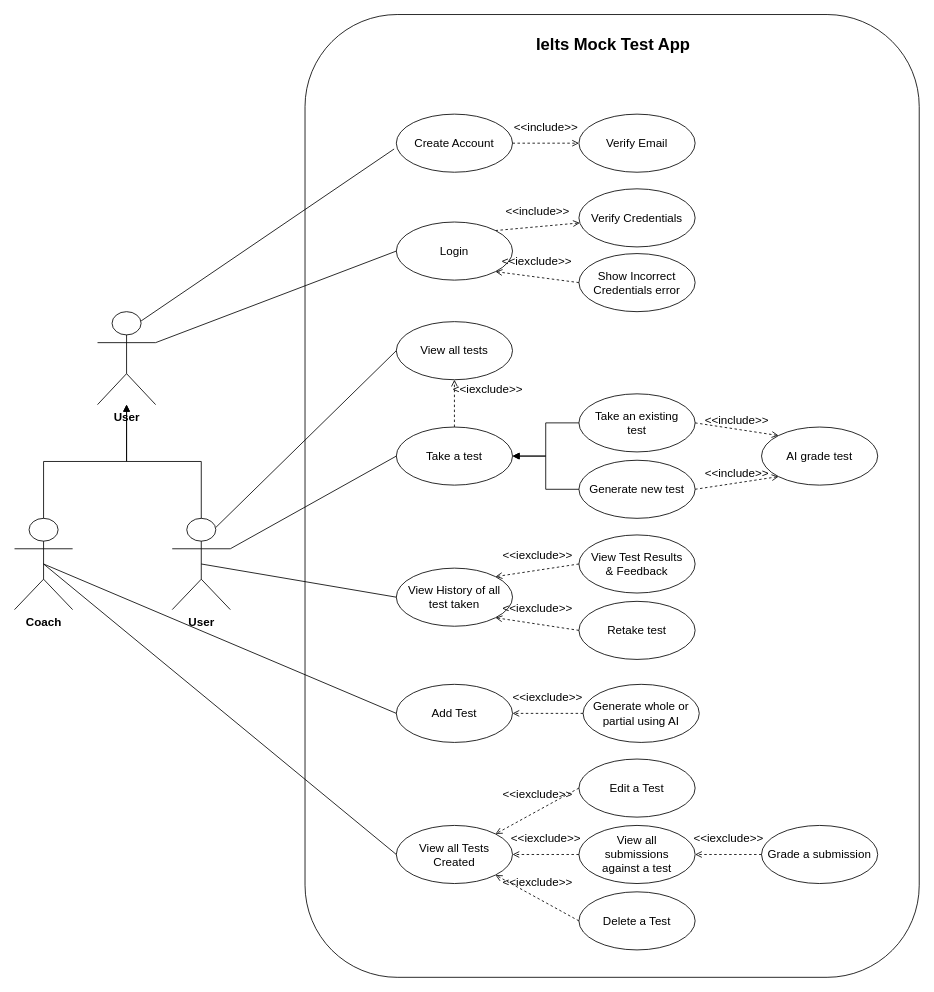
Above: FYP-USE_CASE.drawio in MS1034/fyp-digrams-reports (draw.io), before the change. Source tidied: cells renumbered, new cells numbered last; positions are measured from the earlier drawing's top-left corner, leaving out a move shared by most shapes. Both pictures are drawn from the tidied source at 83%, with x=0, y=0 at pixel (14, 14).
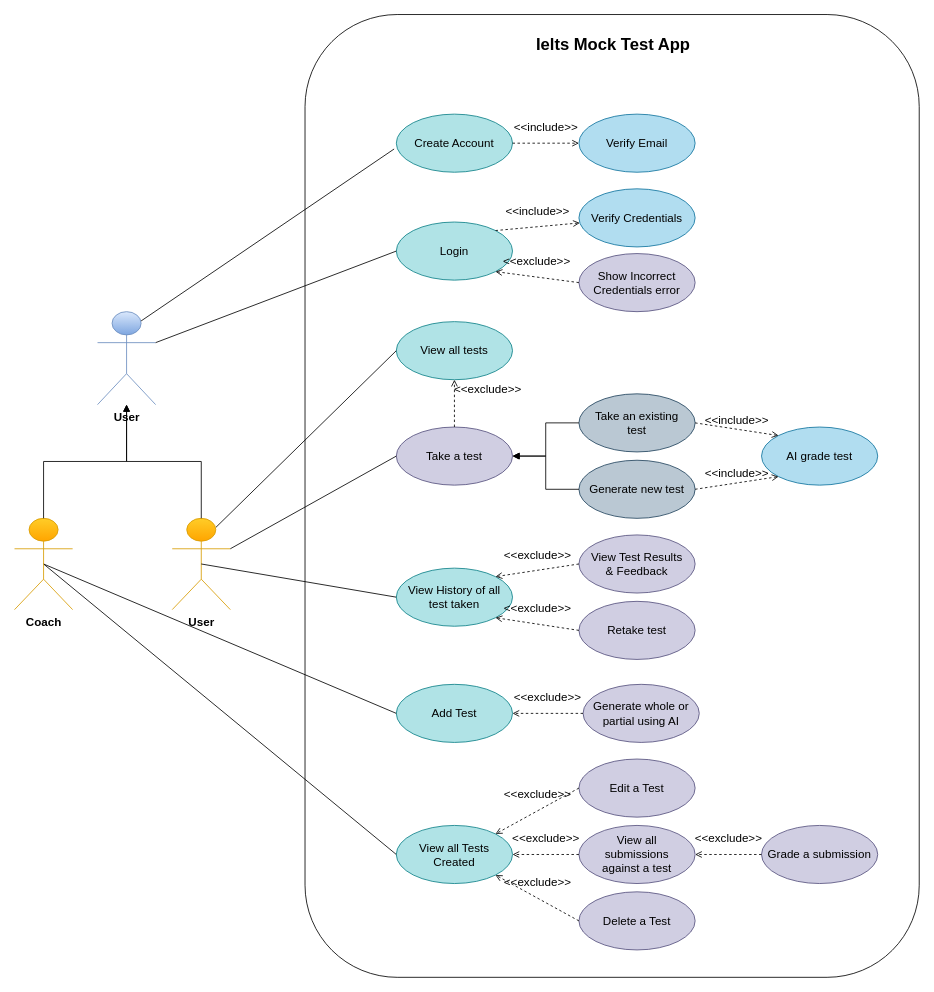
After the change.

What changed in the source:
```diff
@@
-    <mxCell id="2" style="rounded=1;whiteSpace=wrap;html=1;fontSize=14;" parent="1" vertex="1">
+    <mxCell id="2" style="rounded=1;whiteSpace=wrap;html=1;fontSize=14;fillColor=none;perimeterSpacing=10;" parent="1" vertex="1">
       <mxGeometry x="350" width="740" height="1160" as="geometry" />
     </mxCell>
-    <mxCell id="3" value="Create Account" style="ellipse;whiteSpace=wrap;html=1;spacing=10;fontSize=14;" parent="1" vertex="1">
+    <mxCell id="3" value="Create Account" style="ellipse;whiteSpace=wrap;html=1;spacing=10;fontSize=14;fillColor=#b0e3e6;strokeColor=#0e8088;" parent="1" vertex="1">
       <mxGeometry x="460" y="120" width="140" height="70" as="geometry" />
     </mxCell>
@@
-    <mxCell id="5" value="Verify Email" style="ellipse;whiteSpace=wrap;html=1;spacing=10;fontSize=14;" parent="1" vertex="1">
+    <mxCell id="5" value="Verify Email" style="ellipse;whiteSpace=wrap;html=1;spacing=10;fontSize=14;fillColor=#b1ddf0;strokeColor=#10739e;" parent="1" vertex="1">
       <mxGeometry x="680" y="120" width="140" height="70" as="geometry" />
     </mxCell>
-    <mxCell id="6" value="Login" style="ellipse;whiteSpace=wrap;html=1;spacing=10;fontSize=14;" parent="1" vertex="1">
+    <mxCell id="6" value="Login" style="ellipse;whiteSpace=wrap;html=1;spacing=10;fontSize=14;fillColor=#b0e3e6;strokeColor=#0e8088;" parent="1" vertex="1">
       <mxGeometry x="460" y="250" width="140" height="70" as="geometry" />
     </mxCell>
-    <mxCell id="7" value="Verify Credentials" style="ellipse;whiteSpace=wrap;html=1;spacing=10;fontSize=14;" parent="1" vertex="1">
+    <mxCell id="7" value="Verify Credentials" style="ellipse;whiteSpace=wrap;html=1;spacing=10;fontSize=14;fillColor=#b1ddf0;strokeColor=#10739e;" parent="1" vertex="1">
       <mxGeometry x="680" y="210" width="140" height="70" as="geometry" />
     </mxCell>
-    <mxCell id="8" value="Show Incorrect Credentials error" style="ellipse;whiteSpace=wrap;html=1;spacing=10;fontSize=14;" parent="1" vertex="1">
+    <mxCell id="8" value="Show Incorrect Credentials error" style="ellipse;whiteSpace=wrap;html=1;spacing=10;fontSize=14;fillColor=#d0cee2;strokeColor=#56517e;" parent="1" vertex="1">
       <mxGeometry x="680" y="288" width="140" height="70" as="geometry" />
     </mxCell>
@@
-    <mxCell id="10" value="&amp;lt;&amp;lt;iexclude&amp;gt;&amp;gt;" style="html=1;verticalAlign=bottom;labelBackgroundColor=none;endArrow=open;endFill=0;dashed=1;rounded=0;exitX=0;exitY=0.5;exitDx=0;exitDy=0;entryX=1;entryY=1;entryDx=0;entryDy=0;spacing=10;fontSize=14;" parent="1" edge="1" source="8" target="6">
+    <mxCell id="10" value="&amp;lt;&amp;lt;exclude&amp;gt;&amp;gt;" style="html=1;verticalAlign=bottom;labelBackgroundColor=none;endArrow=open;endFill=0;dashed=1;rounded=0;exitX=0;exitY=0.5;exitDx=0;exitDy=0;entryX=1;entryY=1;entryDx=0;entryDy=0;spacing=10;fontSize=14;" parent="1" edge="1" source="8" target="6">
       <mxGeometry relative="1" as="geometry" />
     </mxCell>
-    <mxCell id="11" value="Take a test" style="ellipse;whiteSpace=wrap;html=1;spacing=10;fontSize=14;" parent="1" vertex="1">
+    <mxCell id="11" value="Take a test" style="ellipse;whiteSpace=wrap;html=1;spacing=10;fontSize=14;fillColor=#d0cee2;strokeColor=#56517e;" parent="1" vertex="1">
       <mxGeometry x="460" y="497" width="140" height="70" as="geometry" />
     </mxCell>
-    <mxCell id="12" value="Take an existing test" style="ellipse;whiteSpace=wrap;html=1;spacing=10;fontSize=14;" parent="1" vertex="1">
+    <mxCell id="12" value="Take an existing test" style="ellipse;whiteSpace=wrap;html=1;spacing=10;fontSize=14;fillColor=#bac8d3;strokeColor=#23445d;" parent="1" vertex="1">
       <mxGeometry x="680" y="457" width="140" height="70" as="geometry" />
     </mxCell>
-    <mxCell id="13" value="Generate new test" style="ellipse;whiteSpace=wrap;html=1;spacing=10;fontSize=14;" parent="1" vertex="1">
+    <mxCell id="13" value="Generate new test" style="ellipse;whiteSpace=wrap;html=1;spacing=10;fontSize=14;fillColor=#bac8d3;strokeColor=#23445d;" parent="1" vertex="1">
       <mxGeometry x="680" y="537" width="140" height="70" as="geometry" />
     </mxCell>
@@
-    <mxCell id="16" value="AI grade test" style="ellipse;whiteSpace=wrap;html=1;spacing=10;fontSize=14;" parent="1" vertex="1">
+    <mxCell id="16" value="AI grade test" style="ellipse;whiteSpace=wrap;html=1;spacing=10;fontSize=14;fillColor=#b1ddf0;strokeColor=#10739e;" parent="1" vertex="1">
       <mxGeometry x="900" y="497" width="140" height="70" as="geometry" />
     </mxCell>
-    <mxCell id="17" value="View History of all test taken" style="ellipse;whiteSpace=wrap;html=1;spacing=10;fontSize=14;" parent="1" vertex="1">
+    <mxCell id="17" value="View History of all test taken" style="ellipse;whiteSpace=wrap;html=1;spacing=10;fontSize=14;fillColor=#b0e3e6;strokeColor=#0e8088;" parent="1" vertex="1">
       <mxGeometry x="460" y="667" width="140" height="70" as="geometry" />
     </mxCell>
-    <mxCell id="18" value="View Test Results &amp;amp; Feedback" style="ellipse;whiteSpace=wrap;html=1;spacing=10;fontSize=14;" parent="1" vertex="1">
+    <mxCell id="18" value="View Test Results &amp;amp; Feedback" style="ellipse;whiteSpace=wrap;html=1;spacing=10;fontSize=14;fillColor=#d0cee2;strokeColor=#56517e;" parent="1" vertex="1">
       <mxGeometry x="680" y="627" width="140" height="70" as="geometry" />
     </mxCell>
-    <mxCell id="19" value="Retake test" style="ellipse;whiteSpace=wrap;html=1;fontSize=14;" parent="1" vertex="1">
+    <mxCell id="19" value="Retake test" style="ellipse;whiteSpace=wrap;html=1;fontSize=14;fillColor=#d0cee2;strokeColor=#56517e;" parent="1" vertex="1">
       <mxGeometry x="680" y="707" width="140" height="70" as="geometry" />
     </mxCell>
@@
-    <mxCell id="22" value="&amp;lt;&amp;lt;iexclude&amp;gt;&amp;gt;" style="html=1;verticalAlign=bottom;labelBackgroundColor=none;endArrow=open;endFill=0;dashed=1;rounded=0;exitX=0;exitY=0.5;exitDx=0;exitDy=0;entryX=1;entryY=0;entryDx=0;entryDy=0;spacing=10;fontSize=14;" parent="1" edge="1" source="18" target="17">
+    <mxCell id="22" value="&amp;lt;&amp;lt;exclude&amp;gt;&amp;gt;" style="html=1;verticalAlign=bottom;labelBackgroundColor=none;endArrow=open;endFill=0;dashed=1;rounded=0;exitX=0;exitY=0.5;exitDx=0;exitDy=0;entryX=1;entryY=0;entryDx=0;entryDy=0;spacing=10;fontSize=14;" parent="1" edge="1" source="18" target="17">
       <mxGeometry relative="1" as="geometry" />
     </mxCell>
-    <mxCell id="23" value="&amp;lt;&amp;lt;iexclude&amp;gt;&amp;gt;" style="html=1;verticalAlign=bottom;labelBackgroundColor=none;endArrow=open;endFill=0;dashed=1;rounded=0;exitX=0;exitY=0.5;exitDx=0;exitDy=0;entryX=1;entryY=1;entryDx=0;entryDy=0;spacing=10;fontSize=14;" parent="1" edge="1" source="19" target="17">
+    <mxCell id="23" value="&amp;lt;&amp;lt;exclude&amp;gt;&amp;gt;" style="html=1;verticalAlign=bottom;labelBackgroundColor=none;endArrow=open;endFill=0;dashed=1;rounded=0;exitX=0;exitY=0.5;exitDx=0;exitDy=0;entryX=1;entryY=1;entryDx=0;entryDy=0;spacing=10;fontSize=14;" parent="1" edge="1" source="19" target="17">
       <mxGeometry relative="1" as="geometry" />
     </mxCell>
-    <mxCell id="24" value="Add Test" style="ellipse;whiteSpace=wrap;html=1;fontSize=14;" parent="1" vertex="1">
+    <mxCell id="24" value="Add Test" style="ellipse;whiteSpace=wrap;html=1;fontSize=14;fillColor=#b0e3e6;strokeColor=#0e8088;" parent="1" vertex="1">
       <mxGeometry x="460" y="807" width="140" height="70" as="geometry" />
     </mxCell>
-    <mxCell id="25" value="Generate whole or partial using AI" style="ellipse;whiteSpace=wrap;html=1;spacing=7;fontSize=14;" parent="1" vertex="1">
+    <mxCell id="25" value="Generate whole or partial using AI" style="ellipse;whiteSpace=wrap;html=1;spacing=7;fontSize=14;fillColor=#d0cee2;strokeColor=#56517e;" parent="1" vertex="1">
       <mxGeometry x="685" y="807" width="140" height="70" as="geometry" />
     </mxCell>
-    <mxCell id="26" value="&amp;lt;&amp;lt;iexclude&amp;gt;&amp;gt;" style="html=1;verticalAlign=bottom;labelBackgroundColor=none;endArrow=open;endFill=0;dashed=1;rounded=0;exitX=0;exitY=0.5;exitDx=0;exitDy=0;entryX=1;entryY=0.5;entryDx=0;entryDy=0;spacing=10;fontSize=14;" parent="1" edge="1" source="25" target="24">
+    <mxCell id="26" value="&amp;lt;&amp;lt;exclude&amp;gt;&amp;gt;" style="html=1;verticalAlign=bottom;labelBackgroundColor=none;endArrow=open;endFill=0;dashed=1;rounded=0;exitX=0;exitY=0.5;exitDx=0;exitDy=0;entryX=1;entryY=0.5;entryDx=0;entryDy=0;spacing=10;fontSize=14;" parent="1" edge="1" source="25" target="24">
       <mxGeometry relative="1" as="geometry" />
     </mxCell>
-    <mxCell id="27" value="View all Tests Created" style="ellipse;whiteSpace=wrap;html=1;fontSize=14;spacing=6;" parent="1" vertex="1">
+    <mxCell id="27" value="View all Tests Created" style="ellipse;whiteSpace=wrap;html=1;fontSize=14;spacing=6;fillColor=#b0e3e6;strokeColor=#0e8088;" parent="1" vertex="1">
       <mxGeometry x="460" y="977" width="140" height="70" as="geometry" />
     </mxCell>
-    <mxCell id="28" value="Edit a Test" style="ellipse;whiteSpace=wrap;html=1;fontSize=14;" parent="1" vertex="1">
+    <mxCell id="28" value="Edit a Test" style="ellipse;whiteSpace=wrap;html=1;fontSize=14;fillColor=#d0cee2;strokeColor=#56517e;" parent="1" vertex="1">
       <mxGeometry x="680" y="897" width="140" height="70" as="geometry" />
     </mxCell>
-    <mxCell id="29" value="Delete a Test" style="ellipse;whiteSpace=wrap;html=1;fontSize=14;" parent="1" vertex="1">
+    <mxCell id="29" value="Delete a Test" style="ellipse;whiteSpace=wrap;html=1;fontSize=14;fillColor=#d0cee2;strokeColor=#56517e;" parent="1" vertex="1">
       <mxGeometry x="680" y="1057" width="140" height="70" as="geometry" />
     </mxCell>
-    <mxCell id="30" value="View all submissions against a test" style="ellipse;whiteSpace=wrap;html=1;fontSize=14;spacing=8;" parent="1" vertex="1">
+    <mxCell id="30" value="View all submissions against a test" style="ellipse;whiteSpace=wrap;html=1;fontSize=14;spacing=8;fillColor=#d0cee2;strokeColor=#56517e;" parent="1" vertex="1">
       <mxGeometry x="680" y="977" width="140" height="70" as="geometry" />
     </mxCell>
-    <mxCell id="31" value="&amp;lt;&amp;lt;iexclude&amp;gt;&amp;gt;" style="html=1;verticalAlign=bottom;labelBackgroundColor=none;endArrow=open;endFill=0;dashed=1;rounded=0;exitX=0;exitY=0.5;exitDx=0;exitDy=0;entryX=1;entryY=0;entryDx=0;entryDy=0;spacing=10;fontSize=14;" parent="1" edge="1" source="28" target="27">
+    <mxCell id="31" value="&amp;lt;&amp;lt;exclude&amp;gt;&amp;gt;" style="html=1;verticalAlign=bottom;labelBackgroundColor=none;endArrow=open;endFill=0;dashed=1;rounded=0;exitX=0;exitY=0.5;exitDx=0;exitDy=0;entryX=1;entryY=0;entryDx=0;entryDy=0;spacing=10;fontSize=14;" parent="1" edge="1" source="28" target="27">
       <mxGeometry relative="1" as="geometry" />
     </mxCell>
-    <mxCell id="32" value="&amp;lt;&amp;lt;iexclude&amp;gt;&amp;gt;" style="html=1;verticalAlign=bottom;labelBackgroundColor=none;endArrow=open;endFill=0;dashed=1;rounded=0;exitX=0;exitY=0.5;exitDx=0;exitDy=0;entryX=1;entryY=0.5;entryDx=0;entryDy=0;spacing=10;fontSize=14;" parent="1" edge="1" source="30" target="27">
+    <mxCell id="32" value="&amp;lt;&amp;lt;exclude&amp;gt;&amp;gt;" style="html=1;verticalAlign=bottom;labelBackgroundColor=none;endArrow=open;endFill=0;dashed=1;rounded=0;exitX=0;exitY=0.5;exitDx=0;exitDy=0;entryX=1;entryY=0.5;entryDx=0;entryDy=0;spacing=10;fontSize=14;" parent="1" edge="1" source="30" target="27">
       <mxGeometry relative="1" as="geometry" />
     </mxCell>
-    <mxCell id="33" value="&amp;lt;&amp;lt;iexclude&amp;gt;&amp;gt;" style="html=1;verticalAlign=bottom;labelBackgroundColor=none;endArrow=open;endFill=0;dashed=1;rounded=0;exitX=0;exitY=0.5;exitDx=0;exitDy=0;entryX=1;entryY=1;entryDx=0;entryDy=0;spacing=10;fontSize=14;" parent="1" edge="1" source="29" target="27">
+    <mxCell id="33" value="&amp;lt;&amp;lt;exclude&amp;gt;&amp;gt;" style="html=1;verticalAlign=bottom;labelBackgroundColor=none;endArrow=open;endFill=0;dashed=1;rounded=0;exitX=0;exitY=0.5;exitDx=0;exitDy=0;entryX=1;entryY=1;entryDx=0;entryDy=0;spacing=10;fontSize=14;" parent="1" edge="1" source="29" target="27">
       <mxGeometry relative="1" as="geometry" />
     </mxCell>
@@
-    <mxCell id="37" value="Coach" style="shape=umlActor;verticalLabelPosition=bottom;verticalAlign=top;html=1;outlineConnect=0;fontSize=14;fontStyle=1;" parent="1" vertex="1">
+    <mxCell id="37" value="Coach" style="shape=umlActor;verticalLabelPosition=bottom;verticalAlign=top;html=1;outlineConnect=0;fontSize=14;fontStyle=1;fillColor=#ffcd28;gradientColor=#ffa500;strokeColor=#d79b00;" parent="1" vertex="1">
       <mxGeometry y="607" width="70" height="110" as="geometry" />
     </mxCell>
-    <mxCell id="38" value="&lt;font style=&quot;font-size: 14px;&quot;&gt;&lt;b style=&quot;font-size: 14px;&quot;&gt;User&lt;/b&gt;&lt;/font&gt;" style="shape=umlActor;verticalLabelPosition=bottom;verticalAlign=top;html=1;outlineConnect=0;fontSize=14;" parent="1" vertex="1">
+    <mxCell id="38" value="&lt;font style=&quot;font-size: 14px;&quot;&gt;&lt;b style=&quot;font-size: 14px;&quot;&gt;User&lt;/b&gt;&lt;/font&gt;" style="shape=umlActor;verticalLabelPosition=bottom;verticalAlign=top;html=1;outlineConnect=0;fontSize=14;fillColor=#dae8fc;strokeColor=#6c8ebf;gradientColor=#7ea6e0;" parent="1" vertex="1">
       <mxGeometry x="100" y="358" width="70" height="112" as="geometry" />
     </mxCell>
-    <mxCell id="39" value="View all tests" style="ellipse;whiteSpace=wrap;html=1;spacing=10;fontSize=14;" parent="1" vertex="1">
+    <mxCell id="39" value="View all tests" style="ellipse;whiteSpace=wrap;html=1;spacing=10;fontSize=14;fillColor=#b0e3e6;strokeColor=#0e8088;" parent="1" vertex="1">
       <mxGeometry x="460" y="370" width="140" height="70" as="geometry" />
     </mxCell>
-    <mxCell id="40" value="&amp;lt;&amp;lt;iexclude&amp;gt;&amp;gt;" style="html=1;verticalAlign=bottom;labelBackgroundColor=none;endArrow=open;endFill=0;dashed=1;rounded=0;exitX=0.5;exitY=0;exitDx=0;exitDy=0;entryX=0.5;entryY=1;entryDx=0;entryDy=0;spacing=10;fontSize=14;" parent="1" edge="1" source="11" target="39">
+    <mxCell id="40" value="&amp;lt;&amp;lt;exclude&amp;gt;&amp;gt;" style="html=1;verticalAlign=bottom;labelBackgroundColor=none;endArrow=open;endFill=0;dashed=1;rounded=0;exitX=0.5;exitY=0;exitDx=0;exitDy=0;entryX=0.5;entryY=1;entryDx=0;entryDy=0;spacing=10;fontSize=14;" parent="1" edge="1" source="11" target="39">
       <mxGeometry x="-0.05" y="-40" relative="1" as="geometry" />
     </mxCell>
-    <mxCell id="41" value="Grade a submission" style="ellipse;whiteSpace=wrap;html=1;fontSize=14;" parent="1" vertex="1">
+    <mxCell id="41" value="Grade a submission" style="ellipse;whiteSpace=wrap;html=1;fontSize=14;fillColor=#d0cee2;strokeColor=#56517e;" parent="1" vertex="1">
       <mxGeometry x="900" y="977" width="140" height="70" as="geometry" />
     </mxCell>
-    <mxCell id="42" value="&amp;lt;&amp;lt;iexclude&amp;gt;&amp;gt;" style="html=1;verticalAlign=bottom;labelBackgroundColor=none;endArrow=open;endFill=0;dashed=1;rounded=0;exitX=0;exitY=0.5;exitDx=0;exitDy=0;spacing=10;entryX=1;entryY=0.5;entryDx=0;entryDy=0;fontSize=14;" parent="1" edge="1" source="41" target="30">
+    <mxCell id="42" value="&amp;lt;&amp;lt;exclude&amp;gt;&amp;gt;" style="html=1;verticalAlign=bottom;labelBackgroundColor=none;endArrow=open;endFill=0;dashed=1;rounded=0;exitX=0;exitY=0.5;exitDx=0;exitDy=0;spacing=10;entryX=1;entryY=0.5;entryDx=0;entryDy=0;fontSize=14;" parent="1" edge="1" source="41" target="30">
       <mxGeometry relative="1" as="geometry" />
     </mxCell>
@@
-    <mxCell id="46" value="User" style="shape=umlActor;verticalLabelPosition=bottom;verticalAlign=top;html=1;outlineConnect=0;fontSize=14;fontStyle=1;" parent="1" vertex="1">
+    <mxCell id="46" value="User" style="shape=umlActor;verticalLabelPosition=bottom;verticalAlign=top;html=1;outlineConnect=0;fontSize=14;fontStyle=1;fillColor=#ffcd28;gradientColor=#ffa500;strokeColor=#d79b00;" parent="1" vertex="1">
       <mxGeometry x="190" y="607" width="70" height="110" as="geometry" />
     </mxCell>
```
